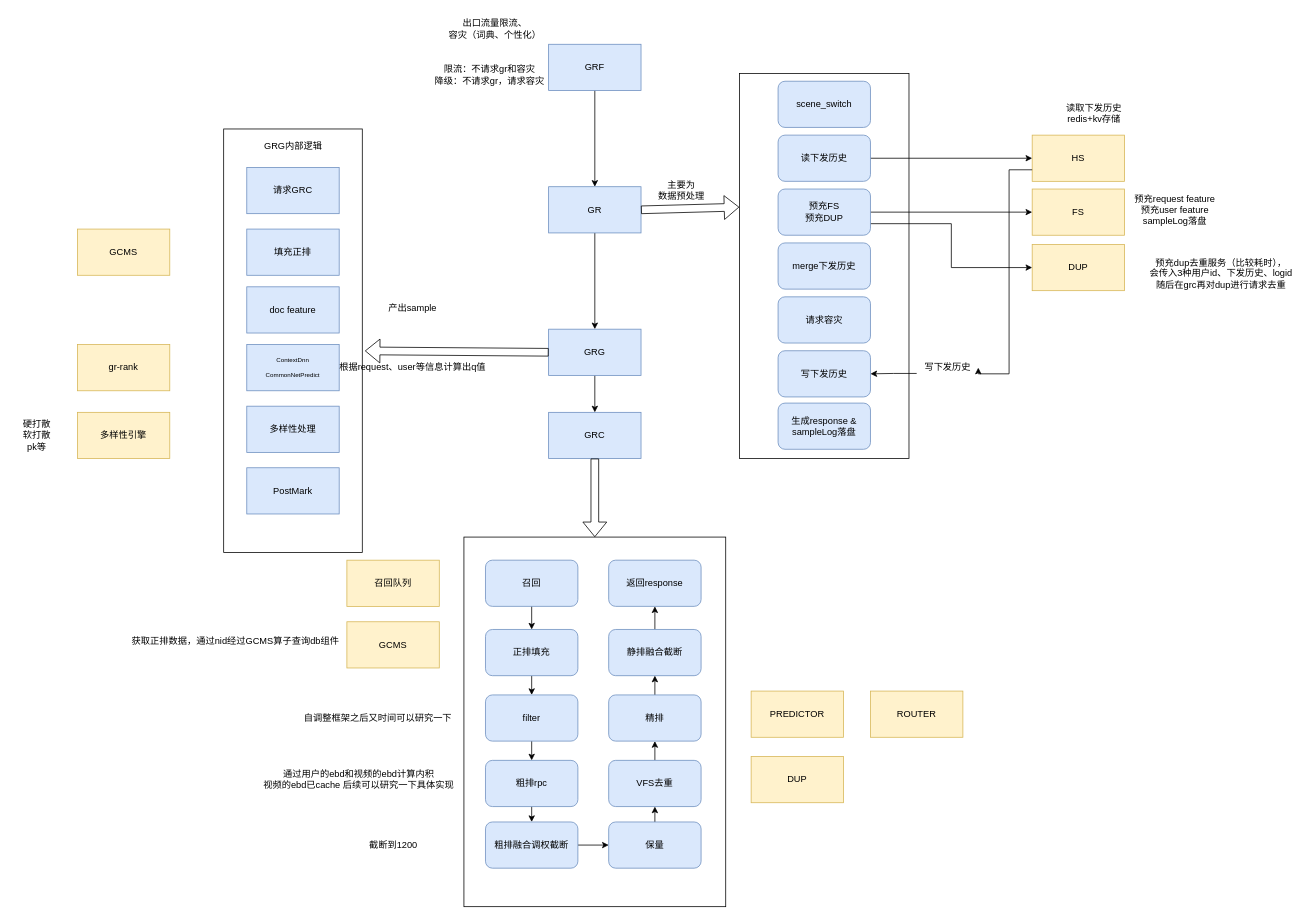
Above: 推荐系统全局.drawio in x1yang/lzx (draw.io), before the change. Source tidied: cells renumbered, new cells numbered last; positions are measured from the earlier drawing's top-left corner, leaving out a move shared by most shapes. Both pictures are drawn from the tidied source at 77%, with x=0, y=0 at pixel (13, 13).
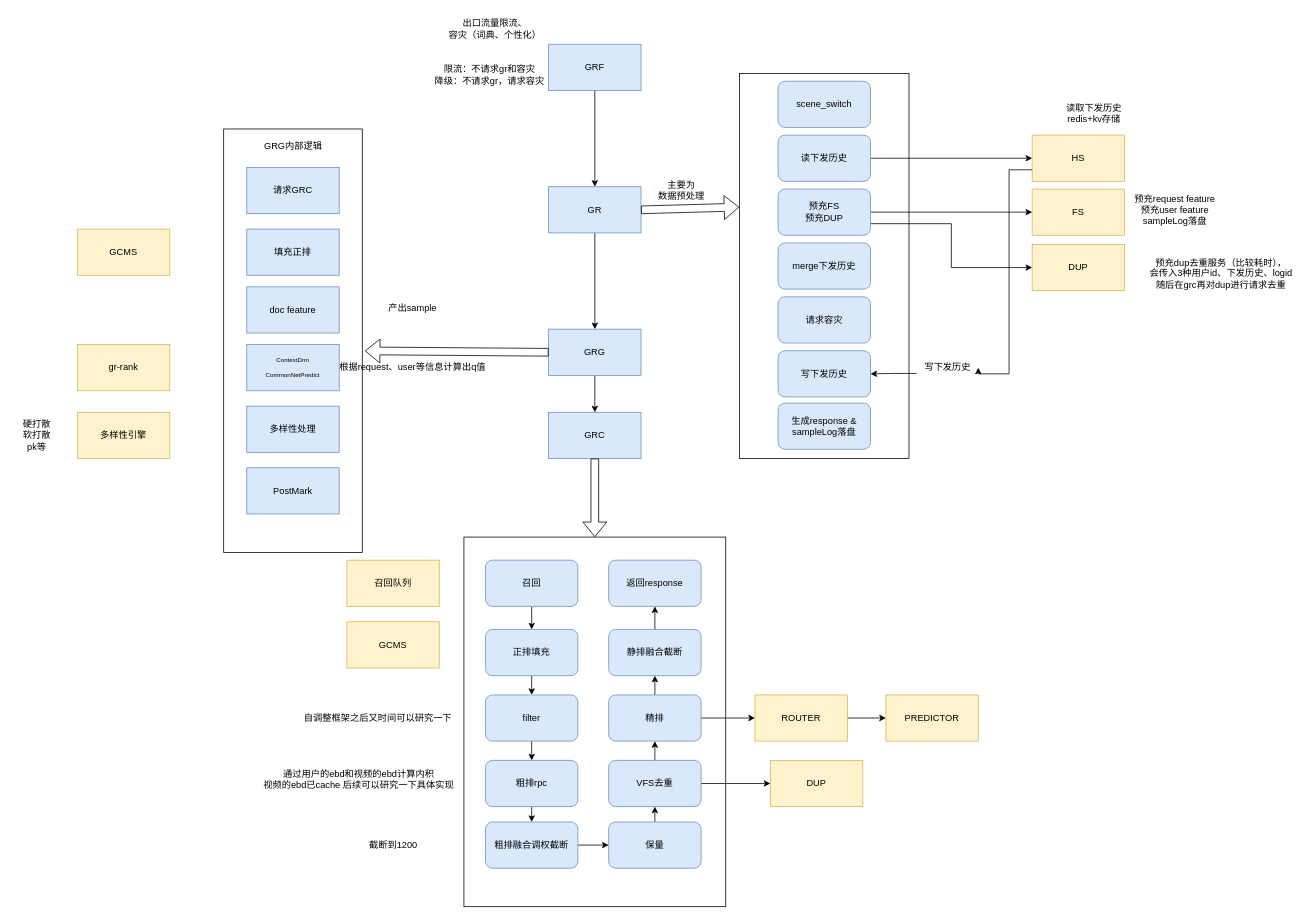
After the change.

Commit message:
更新推荐系统全局.drawio

Unchanged cells that the change refers to:
```xml
<mxCell id="37" value="VFS去重" style="rounded=1;whiteSpace=wrap;html=1;fillColor=#dae8fc;strokeColor=#6c8ebf;" parent="1" vertex="1">
  <mxGeometry x="773" y="970" width="120" height="60" as="geometry" />
</mxCell>
<mxCell id="41" value="精排" style="rounded=1;whiteSpace=wrap;html=1;fillColor=#dae8fc;strokeColor=#6c8ebf;" parent="1" vertex="1">
  <mxGeometry x="773" y="885" width="120" height="60" as="geometry" />
</mxCell>
```

Diff of the diagram source:
```diff
@@
+    <mxCell id="78" style="edgeStyle=orthogonalEdgeStyle;rounded=0;jettySize=auto;html=1;exitX=1;exitY=0.5;exitDx=0;exitDy=0;entryX=0;entryY=0.5;entryDx=0;entryDy=0;" parent="1" edge="1" source="37" target="52">
+      <mxGeometry relative="1" as="geometry" />
+    </mxCell>
@@
+    <mxCell id="79" style="edgeStyle=orthogonalEdgeStyle;rounded=0;jettySize=auto;html=1;exitX=1;exitY=0.5;exitDx=0;exitDy=0;entryX=0;entryY=0.5;entryDx=0;entryDy=0;" parent="1" edge="1" source="41" target="47">
+      <mxGeometry relative="1" as="geometry" />
+    </mxCell>
@@
-    <mxCell id="44" value="获取正排数据，通过nid经过GCMS算子查询db组件" style="text;html=1;align=center;verticalAlign=middle;strokeColor=none;fillColor=none;" parent="1" vertex="1">
-      <mxGeometry x="143" y="800" width="290" height="30" as="geometry" />
-    </mxCell>
@@
+    <mxCell id="80" style="edgeStyle=orthogonalEdgeStyle;rounded=0;jettySize=auto;html=1;exitX=1;exitY=0.5;exitDx=0;exitDy=0;" parent="1" edge="1" source="47" target="48">
+      <mxGeometry relative="1" as="geometry" />
+    </mxCell>
     <mxCell id="47" value="ROUTER" style="rounded=0;whiteSpace=wrap;html=1;fillColor=#fff2cc;strokeColor=#d6b656;" parent="1" vertex="1">
-      <mxGeometry x="1113" y="880" width="120" height="60" as="geometry" />
+      <mxGeometry x="963" y="885" width="120" height="60" as="geometry" />
     </mxCell>
     <mxCell id="48" value="PREDICTOR" style="rounded=0;whiteSpace=wrap;html=1;fillColor=#fff2cc;strokeColor=#d6b656;" parent="1" vertex="1">
-      <mxGeometry x="958" y="880" width="120" height="60" as="geometry" />
+      <mxGeometry x="1133" y="885" width="120" height="60" as="geometry" />
     </mxCell>
@@
     <mxCell id="52" value="DUP" style="rounded=0;whiteSpace=wrap;html=1;fillColor=#fff2cc;strokeColor=#d6b656;" parent="1" vertex="1">
-      <mxGeometry x="958" y="965" width="120" height="60" as="geometry" />
+      <mxGeometry x="983" y="970" width="120" height="60" as="geometry" />
     </mxCell>
```
